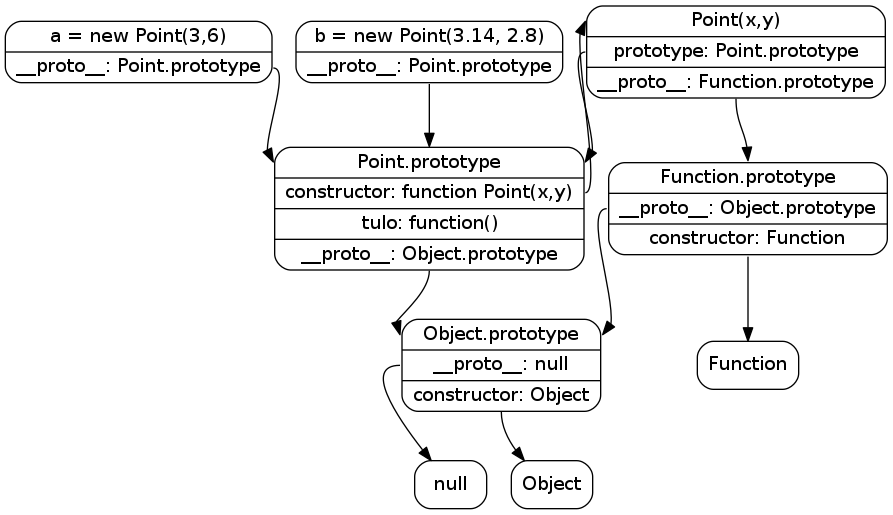
This is inheritance.png from PauliNiva/wiklajs, a Graphviz export, as it was before one commit. Its source is kept beside it as inheritance.dot.
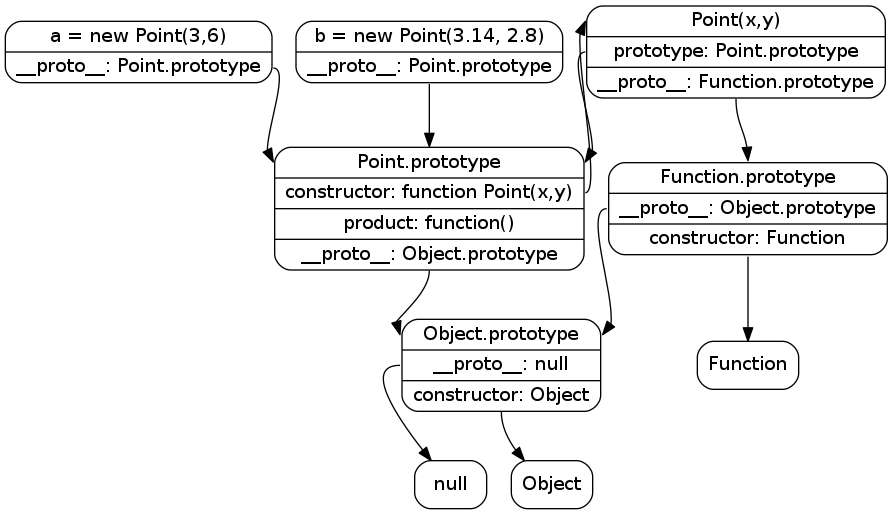
Above is the later version.

Commit message:
finnish -> english

Diff of the diagram source:
```diff
@@ -17,7 +17,7 @@
   pisteproto [label="{
   <f0> Point.prototype |
   <f1> constructor: function Point(x,y) |
-  <f2> tulo: function() |
+  <f2> product: function() |
   <f3> __proto__: Object.prototype
   }"];
 
```
